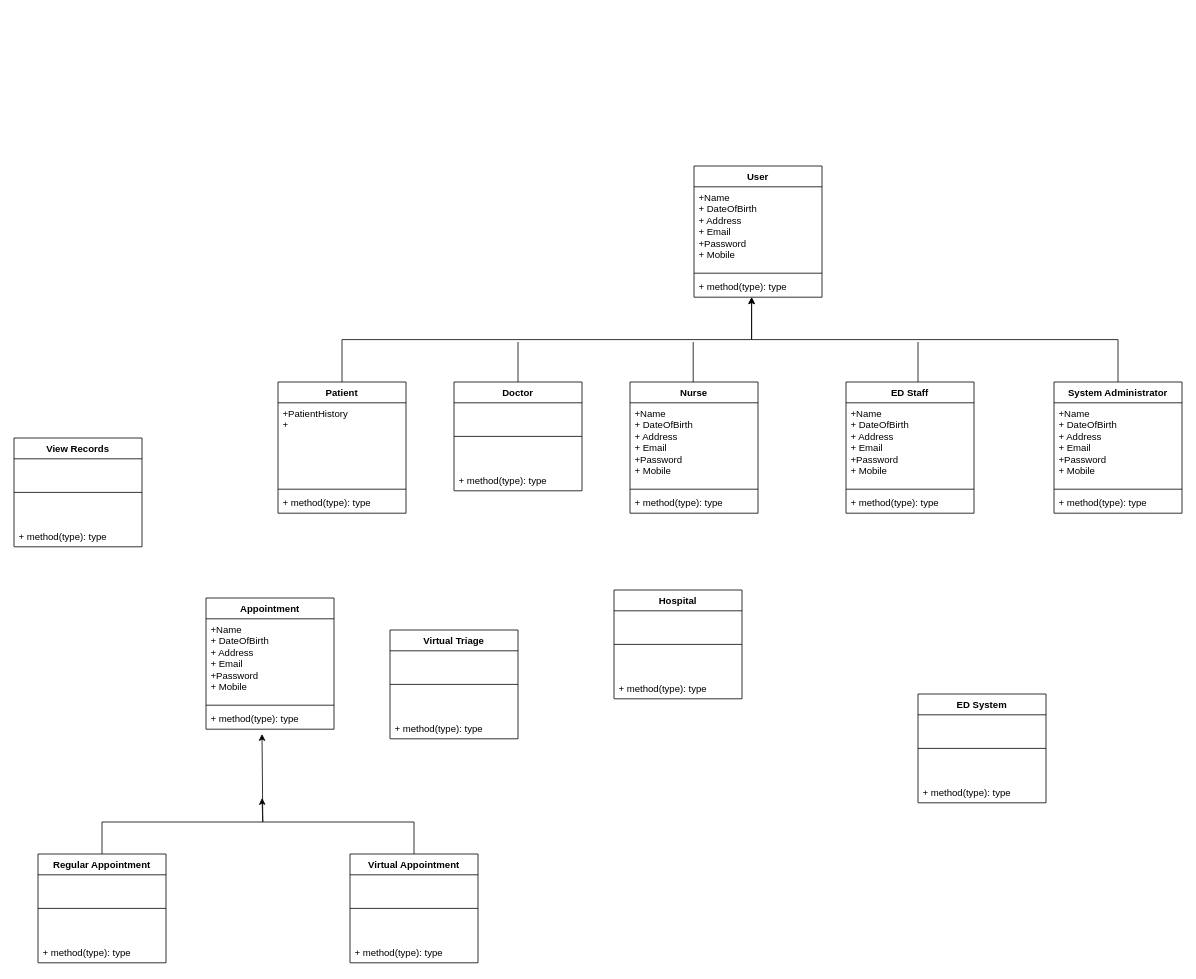
The draw.io diagram ClassDiagram_M2.drawio in SENG-350-2024-fall/Team-6, before the edit. Source tidied: cells renumbered, new cells numbered last; positions are measured from the earlier drawing's top-left corner, leaving out a move shared by most shapes. Both pictures are drawn from the tidied source at 80%, with x=0, y=0 at pixel (14, 166).
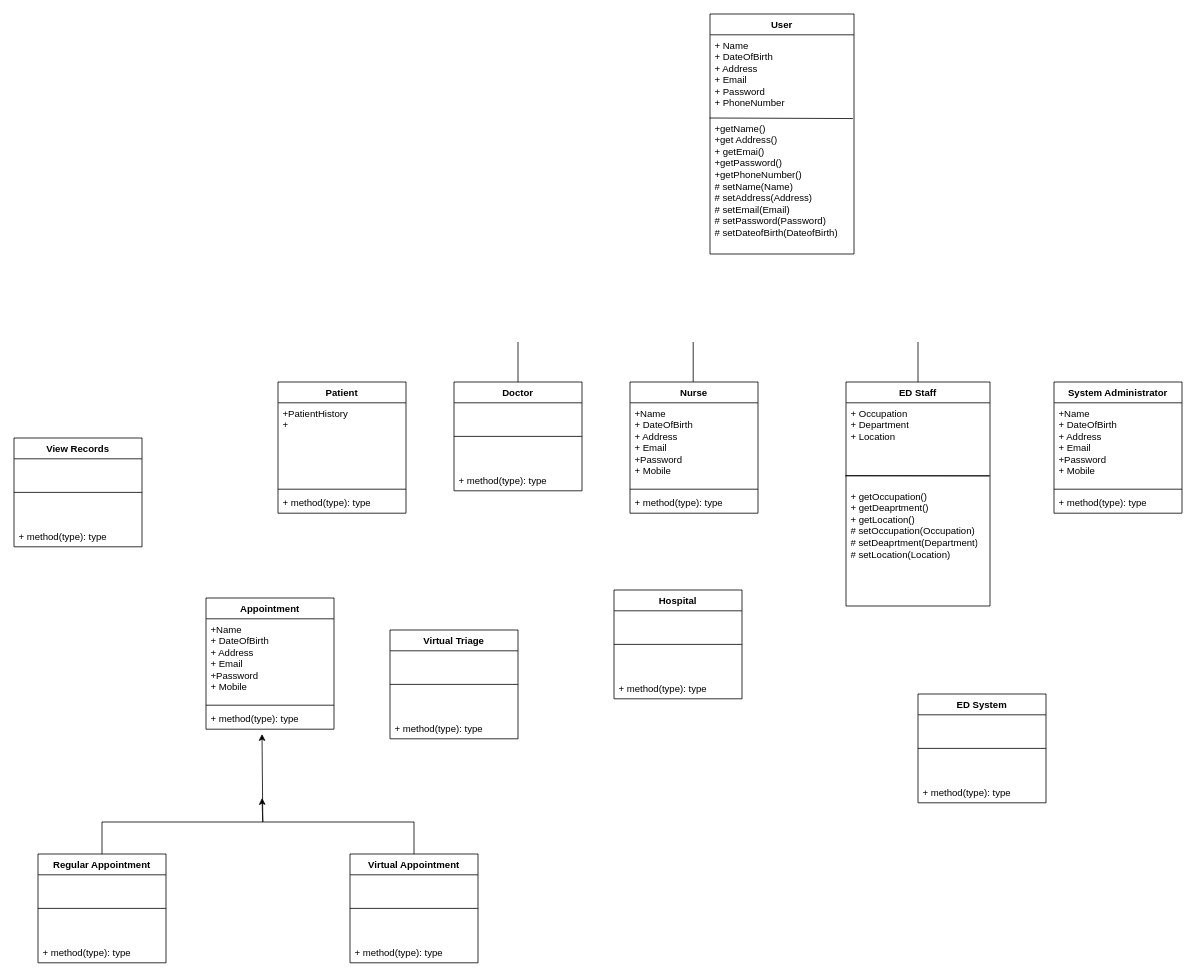
The same diagram, later.

The change refers to these unchanged cells:
```xml
<mxCell id="6" value="Patient" style="swimlane;fontStyle=1;align=center;verticalAlign=top;horizontal=1;startSize=26;whiteSpace=wrap;html=1;" parent="1" vertex="1">
  <mxGeometry x="330" y="270" width="160" height="164" as="geometry" />
</mxCell>
<mxCell id="14" value="System Administrator" style="swimlane;fontStyle=1;align=center;verticalAlign=top;horizontal=1;startSize=26;whiteSpace=wrap;html=1;" parent="1" vertex="1">
  <mxGeometry x="1300" y="270" width="160" height="164" as="geometry" />
</mxCell>
```

The edit, as a diff of the source:
```diff
@@
     <mxCell id="10" value="ED Staff" style="swimlane;fontStyle=1;align=center;verticalAlign=top;horizontal=1;startSize=26;whiteSpace=wrap;html=1;" parent="1" vertex="1">
-      <mxGeometry x="1040" y="270" width="160" height="164" as="geometry" />
+      <mxGeometry x="1040" y="270" width="180" height="280" as="geometry" />
     </mxCell>
-    <mxCell id="11" value="&lt;div&gt;+Name&lt;/div&gt;&lt;div&gt;+ DateOfBirth&lt;/div&gt;&lt;div&gt;+ Address&lt;/div&gt;&lt;div&gt;+ Email&lt;/div&gt;&lt;div&gt;+Password&lt;/div&gt;&lt;div&gt;+ Mobile&lt;br&gt;&lt;/div&gt;" style="text;strokeColor=none;fillColor=none;align=left;verticalAlign=top;spacingLeft=4;spacingRight=4;overflow=hidden;points=[[0,0.5],[1,0.5]];portConstraint=eastwest;whiteSpace=wrap;html=1;" parent="10" vertex="1">
-      <mxGeometry y="26" width="160" height="104" as="geometry" />
+    <mxCell id="11" value="&lt;div&gt;+ Occupation&lt;/div&gt;&lt;div&gt;+ Department&lt;/div&gt;&lt;div&gt;&lt;span style=&quot;background-color: initial;&quot;&gt;+ Location&lt;/span&gt;&lt;br&gt;&lt;/div&gt;" style="text;strokeColor=none;fillColor=none;align=left;verticalAlign=top;spacingLeft=4;spacingRight=4;overflow=hidden;points=[[0,0.5],[1,0.5]];portConstraint=eastwest;whiteSpace=wrap;html=1;" parent="10" vertex="1">
+      <mxGeometry y="26" width="180" height="104" as="geometry" />
     </mxCell>
-    <mxCell id="12" style="line;strokeWidth=1;fillColor=none;align=left;verticalAlign=middle;spacingTop=-1;spacingLeft=3;spacingRight=3;labelPosition=right;strokeColor=inherit;" parent="10" vertex="1">
-      <mxGeometry y="130" width="160" height="8" as="geometry" />
-    </mxCell>
-    <mxCell id="13" value="+ method(type): type" style="text;strokeColor=none;fillColor=none;align=left;verticalAlign=top;spacingLeft=4;spacingRight=4;overflow=hidden;whiteSpace=wrap;html=1;" parent="10" vertex="1">
-      <mxGeometry y="138" width="160" height="26" as="geometry" />
+    <mxCell id="13" value="+ getOccupation()&lt;div&gt;+ getDeaprtment()&lt;/div&gt;&lt;div&gt;+ getLocation()&lt;/div&gt;&lt;div&gt;# setOccupation(Occupation)&lt;div&gt;# setDeaprtment(Department)&lt;/div&gt;&lt;div&gt;&lt;span style=&quot;background-color: initial;&quot;&gt;# setLocation(Location)&lt;/span&gt;&lt;br&gt;&lt;/div&gt;&lt;/div&gt;" style="text;strokeColor=none;fillColor=none;align=left;verticalAlign=top;spacingLeft=4;spacingRight=4;overflow=hidden;whiteSpace=wrap;html=1;" parent="10" vertex="1">
+      <mxGeometry y="130" width="180" height="150" as="geometry" />
     </mxCell>
+    <mxCell id="54" style="endArrow=none;html=1;rounded=0;entryX=0.994;entryY=0.878;entryDx=0;entryDy=0;entryPerimeter=0;" parent="10" edge="1" target="11">
+      <mxGeometry relative="1" as="geometry">
+        <mxPoint y="117" as="sourcePoint" />
+      </mxGeometry>
+    </mxCell>
+    <mxCell id="55" style="endArrow=none;html=1;rounded=0;entryX=0.994;entryY=0.878;entryDx=0;entryDy=0;entryPerimeter=0;exitX=-0.013;exitY=0.878;exitDx=0;exitDy=0;exitPerimeter=0;" parent="10" edge="1">
+      <mxGeometry relative="1" as="geometry">
+        <mxPoint x="-1.3" y="117.3" as="sourcePoint" />
+        <mxPoint x="179.9" y="117.3" as="targetPoint" />
+      </mxGeometry>
+    </mxCell>
@@
     <mxCell id="21" value="User" style="swimlane;fontStyle=1;align=center;verticalAlign=top;horizontal=1;startSize=26;whiteSpace=wrap;html=1;" parent="1" vertex="1">
-      <mxGeometry x="850" width="160" height="164" as="geometry" />
+      <mxGeometry x="870" y="-190" width="180" height="300" as="geometry" />
     </mxCell>
-    <mxCell id="22" value="&lt;div&gt;+Name&lt;/div&gt;&lt;div&gt;+ DateOfBirth&lt;/div&gt;&lt;div&gt;+ Address&lt;/div&gt;&lt;div&gt;+ Email&lt;/div&gt;&lt;div&gt;+Password&lt;/div&gt;&lt;div&gt;+ Mobile&lt;br&gt;&lt;/div&gt;" style="text;strokeColor=none;fillColor=none;align=left;verticalAlign=top;spacingLeft=4;spacingRight=4;overflow=hidden;whiteSpace=wrap;html=1;" parent="21" vertex="1">
-      <mxGeometry y="26" width="160" height="104" as="geometry" />
+    <mxCell id="22" value="&lt;div&gt;+ Name&lt;/div&gt;&lt;div&gt;+ DateOfBirth&lt;/div&gt;&lt;div&gt;+ Address&lt;/div&gt;&lt;div&gt;+ Email&lt;/div&gt;&lt;div&gt;+ Password&lt;/div&gt;&lt;div&gt;+ PhoneNumber&lt;br&gt;&lt;/div&gt;" style="text;strokeColor=none;fillColor=none;align=left;verticalAlign=top;spacingLeft=4;spacingRight=4;overflow=hidden;whiteSpace=wrap;html=1;" parent="21" vertex="1">
+      <mxGeometry y="26" width="180" height="104" as="geometry" />
     </mxCell>
-    <mxCell id="23" style="line;strokeWidth=1;fillColor=none;align=left;verticalAlign=middle;spacingTop=-1;spacingLeft=3;spacingRight=3;labelPosition=right;strokeColor=inherit;" parent="21" vertex="1">
-      <mxGeometry y="130" width="160" height="8" as="geometry" />
-    </mxCell>
-    <mxCell id="24" value="+ method(type): type" style="text;strokeColor=none;fillColor=none;align=left;verticalAlign=top;spacingLeft=4;spacingRight=4;overflow=hidden;points=[[0,0.5],[1,0.5]];portConstraint=eastwest;whiteSpace=wrap;html=1;" parent="21" vertex="1">
-      <mxGeometry y="138" width="160" height="26" as="geometry" />
+    <mxCell id="24" value="+getName()&lt;br&gt;+get Address()&lt;div&gt;&lt;span style=&quot;background-color: initial;&quot;&gt;+ getEmai()&lt;/span&gt;&lt;div&gt;+getPassword()&lt;/div&gt;&lt;div&gt;+getPhoneNumber()&lt;br&gt;&lt;span style=&quot;background-color: initial;&quot;&gt;# setName(Name)&lt;/span&gt;&lt;br&gt;&lt;/div&gt;&lt;div&gt;# setAddress(Address)&lt;/div&gt;&lt;div&gt;# setEmail(Email)&lt;br&gt;# setPassword(Password)&lt;/div&gt;&lt;div&gt;# setDateofBirth(DateofBirth)&lt;/div&gt;&lt;div&gt;&lt;br&gt;&lt;/div&gt;&lt;/div&gt;" style="text;strokeColor=none;fillColor=none;align=left;verticalAlign=top;spacingLeft=4;spacingRight=4;overflow=hidden;points=[[0,0.5],[1,0.5]];portConstraint=eastwest;whiteSpace=wrap;html=1;" parent="21" vertex="1">
+      <mxGeometry y="130" width="180" height="170" as="geometry" />
     </mxCell>
-    <mxCell id="25" style="edgeStyle=orthogonalEdgeStyle;rounded=0;jettySize=auto;html=1;entryX=0.45;entryY=1;entryDx=0;entryDy=0;entryPerimeter=0;" parent="1" edge="1" source="6" target="24">
-      <mxGeometry relative="1" as="geometry" />
-    </mxCell>
+    <mxCell id="56" style="endArrow=none;html=1;rounded=0;entryX=0.987;entryY=0.004;entryDx=0;entryDy=0;entryPerimeter=0;exitX=-0.009;exitY=0;exitDx=0;exitDy=0;exitPerimeter=0;" parent="21" edge="1">
+      <mxGeometry relative="1" as="geometry">
+        <mxPoint x="-0.6" y="130" as="sourcePoint" />
+        <mxPoint x="178.7" y="130.7" as="targetPoint" />
+      </mxGeometry>
+    </mxCell>
@@
-    <mxCell id="27" style="edgeStyle=orthogonalEdgeStyle;rounded=0;jettySize=auto;html=1;exitX=0.5;exitY=0;exitDx=0;exitDy=0;entryX=0.45;entryY=1;entryDx=0;entryDy=0;entryPerimeter=0;" parent="1" edge="1" source="14" target="24">
-      <mxGeometry relative="1" as="geometry" />
-    </mxCell>
```
